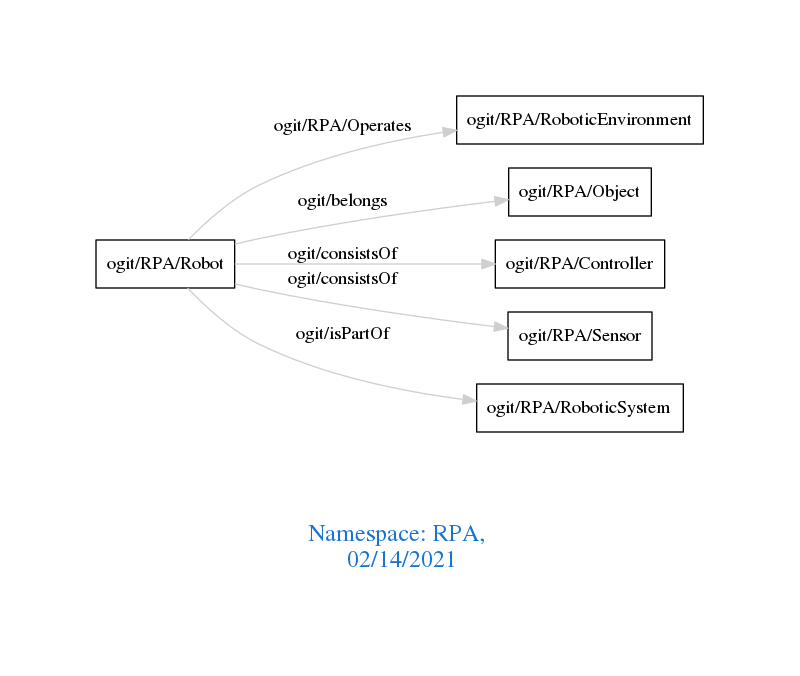
arago/OGIT keeps this Graphviz diagram as downloads/RPA.png. Above is the earlier version. Its source is kept beside it as downloads/RPA.dot.
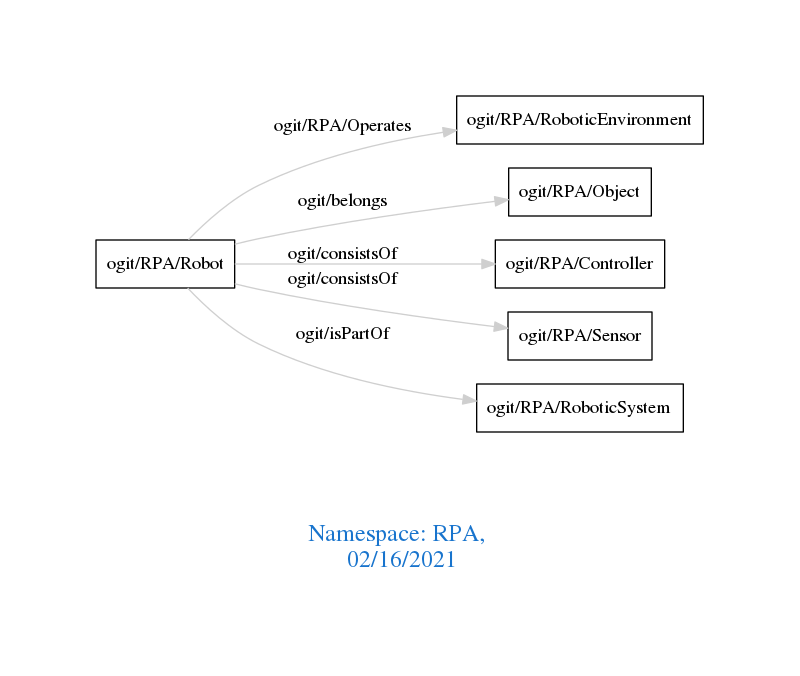
Later version of the same file.

What changed in the source:
```diff
@@ -1,7 +1,7 @@
 digraph OGIT_ontology {
  graph [ rankdir= LR,pad=1
 fontsize = 18,
-fontcolor= dodgerblue3,label = "\n\n\nNamespace: RPA, \n 02/14/2021"];
+fontcolor= dodgerblue3,label = "\n\n\nNamespace: RPA, \n 02/16/2021"];
 node[shape=polygon];
 edge [  color="gray81"];
 
```
